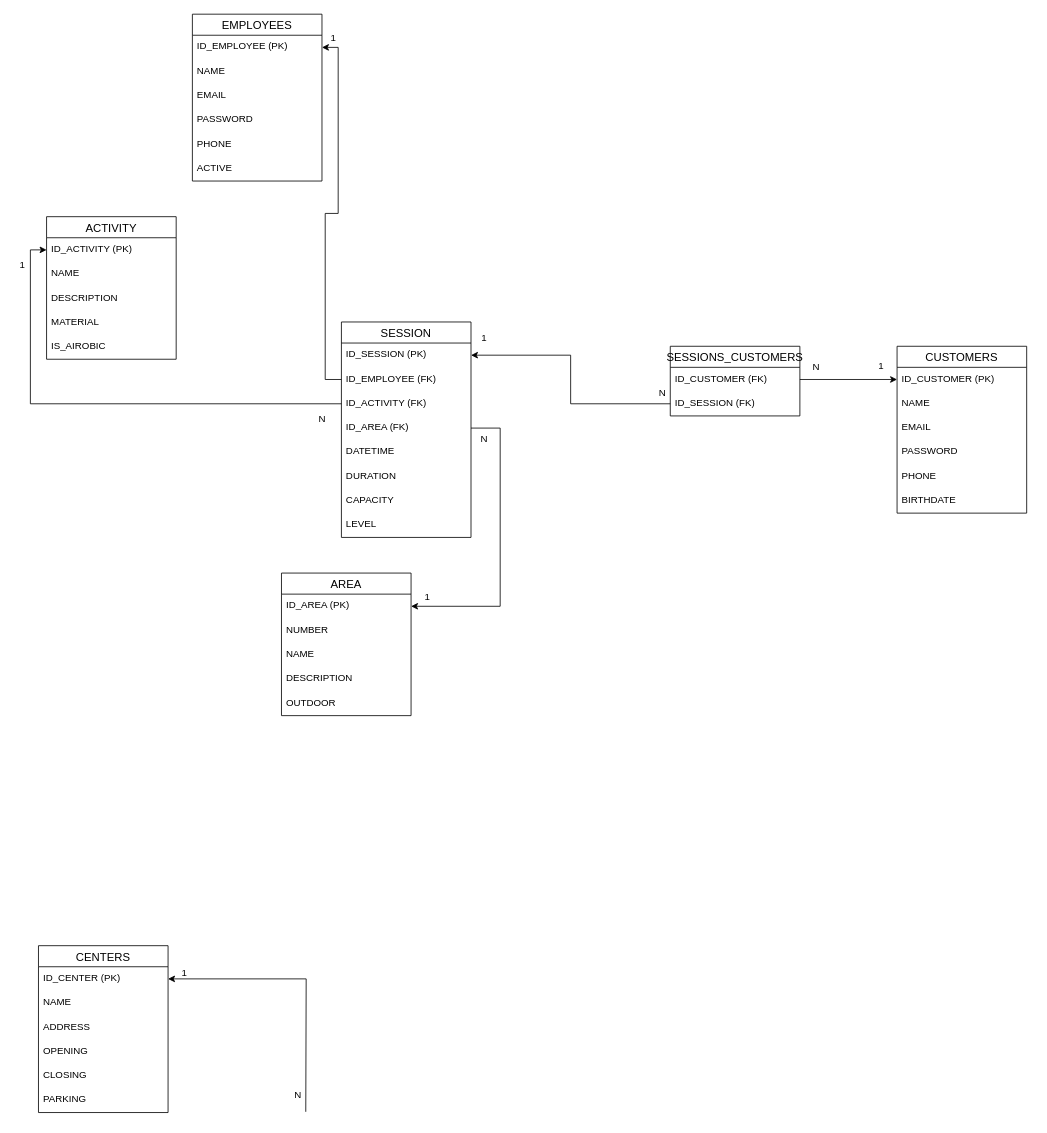
Above: src/main/resources/PRACTICAS PRESENCIALES.drawio in RaulAlbertoDavid/RDAsportsAPI (draw.io), before the change. Source tidied: cells renumbered, new cells numbered last; positions are measured from the earlier drawing's top-left corner, leaving out a move shared by most shapes. Both pictures are drawn from the tidied source at 81%, with x=0, y=0 at pixel (14, 14).
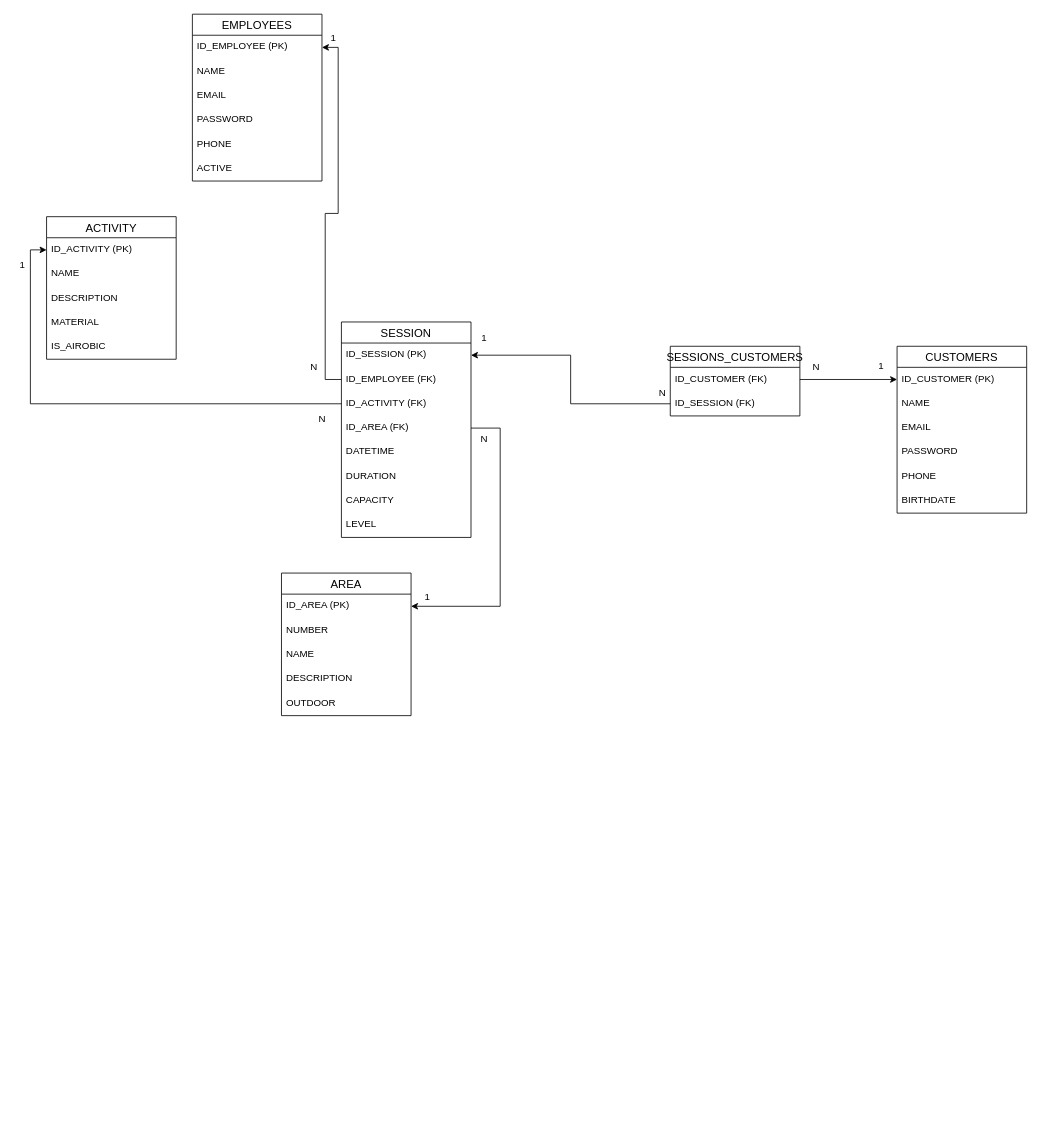
Above is the later version.

What changed in the source:
```diff
@@
-    <mxCell id="58" value="CENTERS" style="swimlane;fontStyle=0;horizontal=1;startSize=26;align=center;fontSize=14;" parent="1" vertex="1">
-      <mxGeometry x="30" y="1150" width="160" height="206" as="geometry" />
-    </mxCell>
-    <mxCell id="59" value="ID_CENTER (PK)" style="text;strokeColor=none;fillColor=none;spacingLeft=4;spacingRight=4;overflow=hidden;points=[[0,0.5],[1,0.5]];portConstraint=eastwest;fontSize=12;" parent="58" vertex="1">
-      <mxGeometry y="26" width="160" height="30" as="geometry" />
-    </mxCell>
-    <mxCell id="60" value="NAME" style="text;strokeColor=none;fillColor=none;spacingLeft=4;spacingRight=4;overflow=hidden;fontSize=12;" parent="58" vertex="1">
-      <mxGeometry y="56" width="160" height="30" as="geometry" />
-    </mxCell>
-    <mxCell id="61" value="ADDRESS" style="text;strokeColor=none;fillColor=none;spacingLeft=4;spacingRight=4;overflow=hidden;fontSize=12;" parent="58" vertex="1">
-      <mxGeometry y="86" width="160" height="30" as="geometry" />
-    </mxCell>
-    <mxCell id="62" value="OPENING" style="text;strokeColor=none;fillColor=none;spacingLeft=4;spacingRight=4;overflow=hidden;fontSize=12;" parent="58" vertex="1">
-      <mxGeometry y="116" width="160" height="30" as="geometry" />
-    </mxCell>
-    <mxCell id="63" value="CLOSING" style="text;strokeColor=none;fillColor=none;spacingLeft=4;spacingRight=4;overflow=hidden;fontSize=12;" parent="58" vertex="1">
-      <mxGeometry y="146" width="160" height="30" as="geometry" />
-    </mxCell>
-    <mxCell id="64" value="PARKING" style="text;strokeColor=none;fillColor=none;spacingLeft=4;spacingRight=4;overflow=hidden;fontSize=12;" parent="58" vertex="1">
-      <mxGeometry y="176" width="160" height="30" as="geometry" />
-    </mxCell>
-    <mxCell id="65" value="1" style="text;html=1;align=center;verticalAlign=middle;strokeColor=none;fillColor=none;" parent="1" vertex="1">
-      <mxGeometry x="200" y="1174" width="20" height="20" as="geometry" />
-    </mxCell>
     <mxCell id="66" value="N" style="text;html=1;align=center;verticalAlign=middle;strokeColor=none;fillColor=none;" parent="1" vertex="1">
-      <mxGeometry x="340" y="1324" width="20" height="20" as="geometry" />
+      <mxGeometry x="360" y="426" width="20" height="20" as="geometry" />
     </mxCell>
-    <mxCell id="67" style="edgeStyle=orthogonalEdgeStyle;rounded=0;jettySize=auto;html=1;entryX=1;entryY=0.5;entryDx=0;entryDy=0;fontSize=10;" parent="1" edge="1" target="59">
-      <mxGeometry relative="1" as="geometry">
-        <mxPoint x="360" y="1355.1" as="sourcePoint" />
-      </mxGeometry>
-    </mxCell>
```
